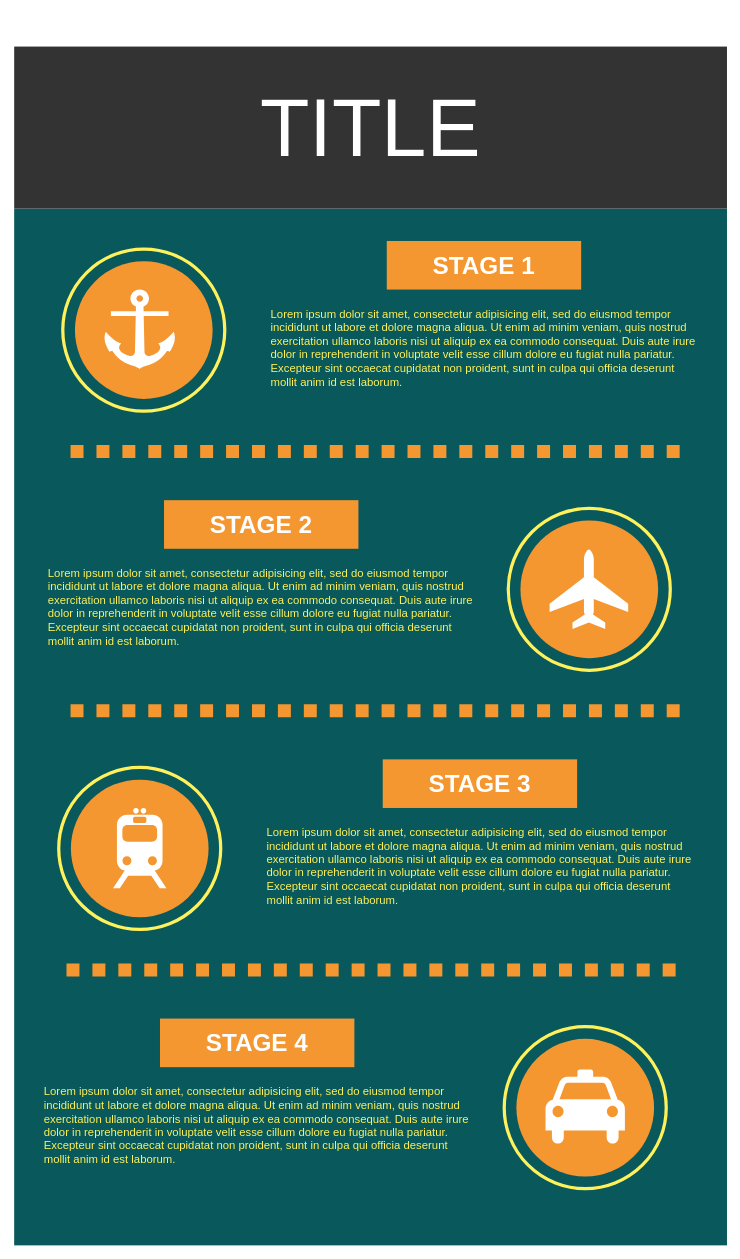
Cletar/JocMemoryJS keeps this draw.io diagram as Untitled Diagram.drawio. Above is the earlier version. Source tidied: cells renumbered, new cells numbered last; positions are measured from the earlier drawing's top-left corner, leaving out a move shared by most shapes. Both pictures are drawn from the tidied source at 81%, with x=0, y=0 at pixel (14, 46). Pictures stored in the file or linked from it are replaced by grey dashed boxes.
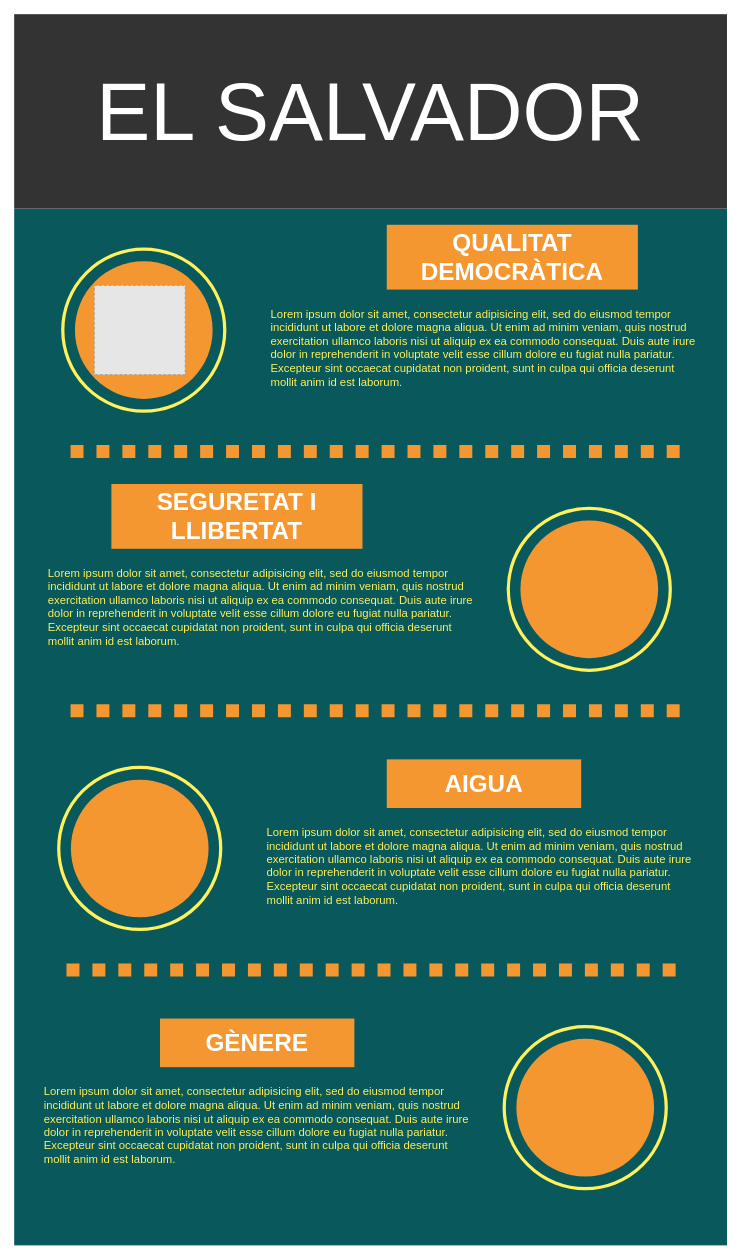
The same page after the edit.

Commit message:
DDHH EL SALVADOR

Diff of the diagram source:
```diff
@@
-    <mxCell id="3" value="TITLE" style="whiteSpace=wrap;html=1;rounded=0;shadow=0;dashed=0;strokeColor=none;strokeWidth=4;fillColor=#333333;gradientColor=none;fontFamily=Helvetica;fontSize=100;fontColor=#FFFFFF;align=center;" parent="1" vertex="1">
-      <mxGeometry width="880" height="200" as="geometry" />
+    <mxCell id="3" value="EL SALVADOR" style="whiteSpace=wrap;html=1;rounded=0;shadow=0;dashed=0;strokeColor=none;strokeWidth=4;fillColor=#333333;gradientColor=none;fontFamily=Helvetica;fontSize=100;fontColor=#FFFFFF;align=center;" parent="1" vertex="1">
+      <mxGeometry y="-40" width="880" height="240" as="geometry" />
     </mxCell>
@@
-    <mxCell id="7" value="STAGE 1" style="whiteSpace=wrap;html=1;rounded=0;shadow=0;dashed=0;strokeColor=none;strokeWidth=4;fillColor=#F49731;gradientColor=none;fontFamily=Helvetica;fontSize=30;fontColor=#FFFFFF;align=center;fontStyle=1;" parent="1" vertex="1">
-      <mxGeometry x="460" y="240" width="240" height="60" as="geometry" />
+    <mxCell id="7" value="QUALITAT DEMOCRÀTICA" style="whiteSpace=wrap;html=1;rounded=0;shadow=0;dashed=0;strokeColor=none;strokeWidth=4;fillColor=#F49731;gradientColor=none;fontFamily=Helvetica;fontSize=30;fontColor=#FFFFFF;align=center;fontStyle=1;" parent="1" vertex="1">
+      <mxGeometry x="460" y="220" width="310" height="80" as="geometry" />
     </mxCell>
@@
-    <mxCell id="12" value="STAGE 2" style="whiteSpace=wrap;html=1;rounded=0;shadow=0;dashed=0;strokeColor=none;strokeWidth=4;fillColor=#F49731;gradientColor=none;fontFamily=Helvetica;fontSize=30;fontColor=#FFFFFF;align=center;fontStyle=1;" parent="1" vertex="1">
-      <mxGeometry x="185" y="560" width="240" height="60" as="geometry" />
+    <mxCell id="12" value="SEGURETAT I LLIBERTAT" style="whiteSpace=wrap;html=1;rounded=0;shadow=0;dashed=0;strokeColor=none;strokeWidth=4;fillColor=#F49731;gradientColor=none;fontFamily=Helvetica;fontSize=30;fontColor=#FFFFFF;align=center;fontStyle=1;" parent="1" vertex="1">
+      <mxGeometry x="120" y="540" width="310" height="80" as="geometry" />
     </mxCell>
@@
-    <mxCell id="17" value="STAGE 3" style="whiteSpace=wrap;html=1;rounded=0;shadow=0;dashed=0;strokeColor=none;strokeWidth=4;fillColor=#F49731;gradientColor=none;fontFamily=Helvetica;fontSize=30;fontColor=#FFFFFF;align=center;fontStyle=1;" parent="1" vertex="1">
-      <mxGeometry x="455" y="880" width="240" height="60" as="geometry" />
+    <mxCell id="17" value="AIGUA" style="whiteSpace=wrap;html=1;rounded=0;shadow=0;dashed=0;strokeColor=none;strokeWidth=4;fillColor=#F49731;gradientColor=none;fontFamily=Helvetica;fontSize=30;fontColor=#FFFFFF;align=center;fontStyle=1;" parent="1" vertex="1">
+      <mxGeometry x="460" y="880" width="240" height="60" as="geometry" />
     </mxCell>
@@
-    <mxCell id="21" value="STAGE 4" style="whiteSpace=wrap;html=1;rounded=0;shadow=0;dashed=0;strokeColor=none;strokeWidth=4;fillColor=#F49731;gradientColor=none;fontFamily=Helvetica;fontSize=30;fontColor=#FFFFFF;align=center;fontStyle=1;" parent="1" vertex="1">
+    <mxCell id="21" value="GÈNERE" style="whiteSpace=wrap;html=1;rounded=0;shadow=0;dashed=0;strokeColor=none;strokeWidth=4;fillColor=#F49731;gradientColor=none;fontFamily=Helvetica;fontSize=30;fontColor=#FFFFFF;align=center;fontStyle=1;" parent="1" vertex="1">
       <mxGeometry x="180" y="1200" width="240" height="60" as="geometry" />
     </mxCell>
@@
-    <mxCell id="23" style="shape=mxgraph.signs.transportation.anchor_2;html=1;fillColor=#FFFFFF;strokeColor=none;verticalLabelPosition=bottom;verticalAlign=top;align=center;rounded=0;shadow=0;dashed=0;fontFamily=Helvetica;fontSize=14;fontColor=#FEF15B;" parent="1" vertex="1">
-      <mxGeometry x="108" y="300" width="94" height="98" as="geometry" />
-    </mxCell>
-    <mxCell id="24" style="shape=mxgraph.signs.transportation.airplane_3;html=1;fillColor=#FFFFFF;strokeColor=none;verticalLabelPosition=bottom;verticalAlign=top;align=center;rounded=0;shadow=0;dashed=0;fontFamily=Helvetica;fontSize=14;fontColor=#FEF15B;" parent="1" vertex="1">
-      <mxGeometry x="661" y="621" width="97" height="98" as="geometry" />
-    </mxCell>
-    <mxCell id="25" style="shape=mxgraph.signs.transportation.train_2;html=1;fillColor=#FFFFFF;strokeColor=none;verticalLabelPosition=bottom;verticalAlign=top;align=center;rounded=0;shadow=0;dashed=0;fontFamily=Helvetica;fontSize=14;fontColor=#FEF15B;" parent="1" vertex="1">
-      <mxGeometry x="122" y="940" width="66" height="99" as="geometry" />
-    </mxCell>
-    <mxCell id="26" style="shape=mxgraph.signs.transportation.taxi;html=1;fillColor=#FFFFFF;strokeColor=none;verticalLabelPosition=bottom;verticalAlign=top;align=center;rounded=0;shadow=0;dashed=0;fontFamily=Helvetica;fontSize=14;fontColor=#FEF15B;" parent="1" vertex="1">
-      <mxGeometry x="656" y="1263" width="98" height="94" as="geometry" />
-    </mxCell>
+    <mxCell id="27" style="fillColor=#E6E6E6;strokeColor=#999999;dashed=1;verticalLabelPosition=bottom;labelBackgroundColor=default;verticalAlign=top;" parent="1" vertex="1">
+      <mxGeometry x="99" y="295" width="112.1" height="110" as="geometry" />
+    </mxCell>
```
